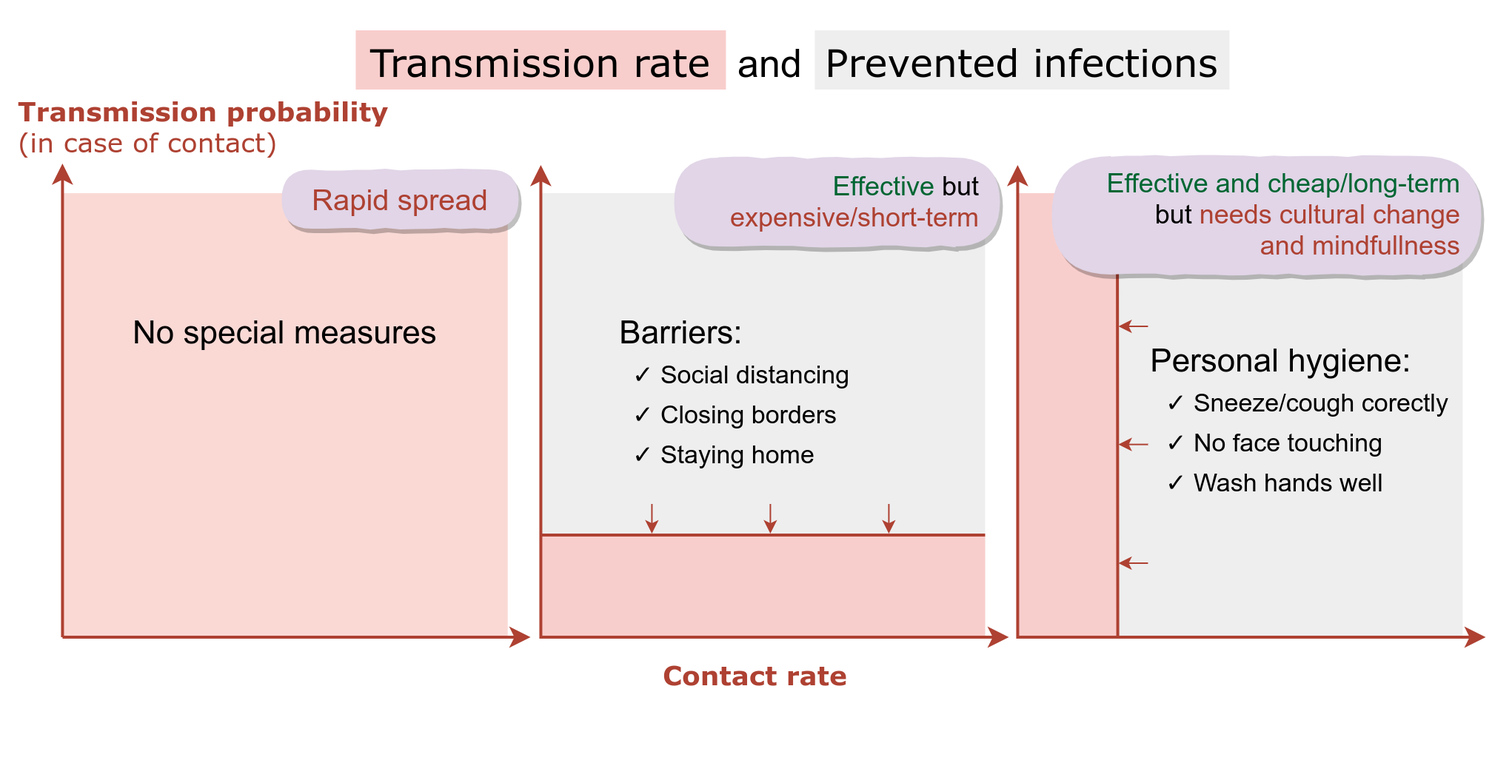
pesho-ivanov/pesho-ivanov.github.io keeps this draw.io diagram as sneeze/measures.png. Above is the earlier version. Source tidied: cells renumbered, new cells last; positions are measured from the earlier drawing's top-left corner, leaving out a move shared by most shapes.
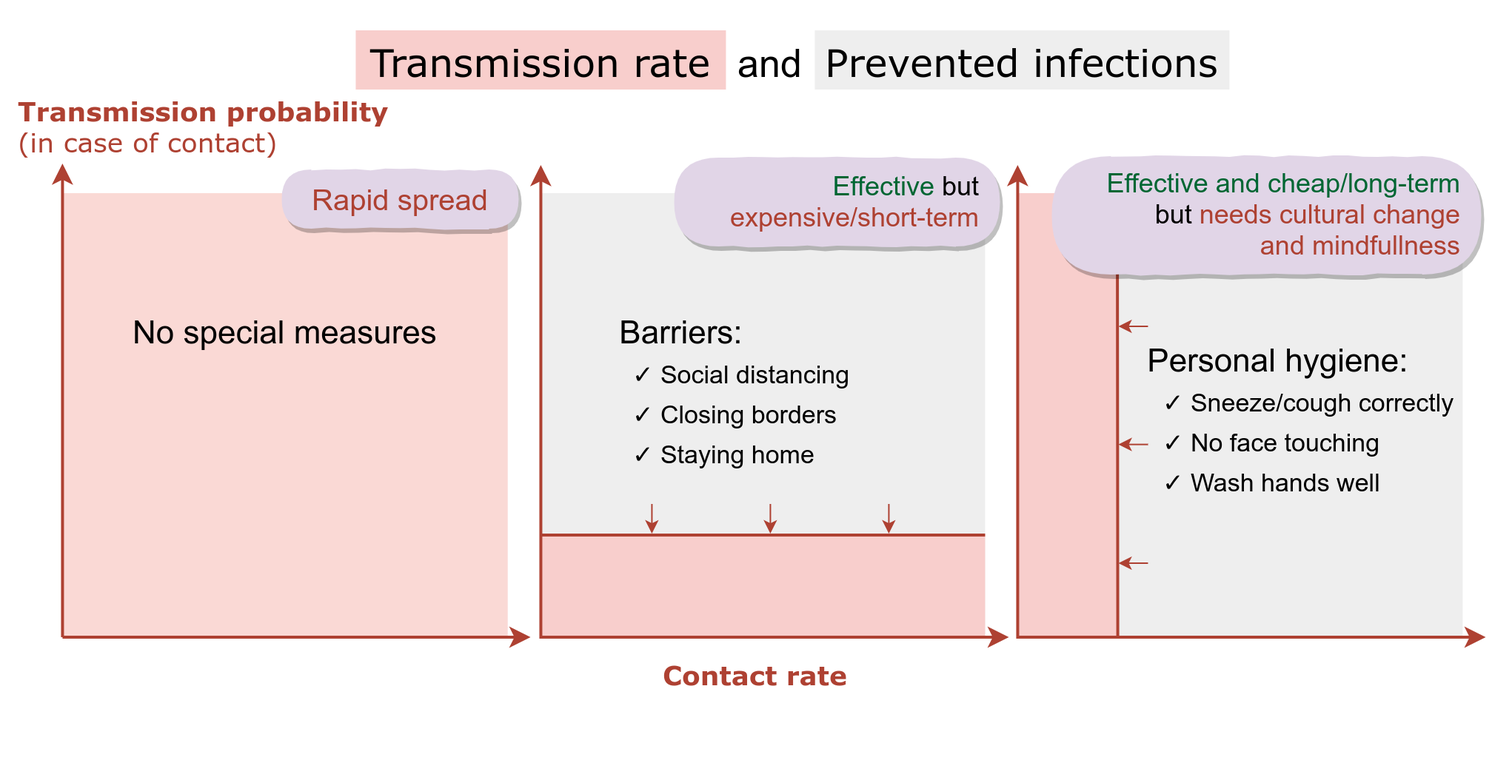
After the change.

Diff of the diagram source:
```diff
@@ -48,9 +48,9 @@
       </mxGeometry>
     </mxCell>
     <mxCell id="14" style="group;" parent="8" vertex="1">
-      <mxGeometry x="230" y="120" width="230" height="119.3" as="geometry" />
+      <mxGeometry x="228" y="120" width="230" height="119.3" as="geometry" />
     </mxCell>
-    <mxCell id="15" value="&lt;p style=&quot;line-height: 160%&quot;&gt;✓&amp;nbsp;Sneeze/cough corectly&lt;br&gt;✓&amp;nbsp;No face touching&lt;br&gt;✓ Wash hands well&lt;br&gt;&lt;/p&gt;" style="text;align=left;verticalAlign=middle;fillColor=none;strokeColor=none;rounded=0;rotation=0;fontSize=17;fontColor=#000000;labelBorderColor=none;html=1;" parent="14" vertex="1">
+    <mxCell id="15" value="&lt;p style=&quot;line-height: 160%&quot;&gt;✓&amp;nbsp;Sneeze/cough correctly&lt;br&gt;✓&amp;nbsp;No face touching&lt;br&gt;✓ Wash hands well&lt;br&gt;&lt;/p&gt;" style="text;align=left;verticalAlign=middle;fillColor=none;strokeColor=none;rounded=0;rotation=0;fontSize=17;fontColor=#000000;labelBorderColor=none;html=1;" parent="14" vertex="1">
       <mxGeometry y="-0.7" width="210" height="120" as="geometry" />
     </mxCell>
     <mxCell id="16" value="Personal hygiene:&#10;" style="text;align=center;verticalAlign=middle;fillColor=none;strokeColor=none;rounded=0;fontSize=22;" parent="14" vertex="1">
```
